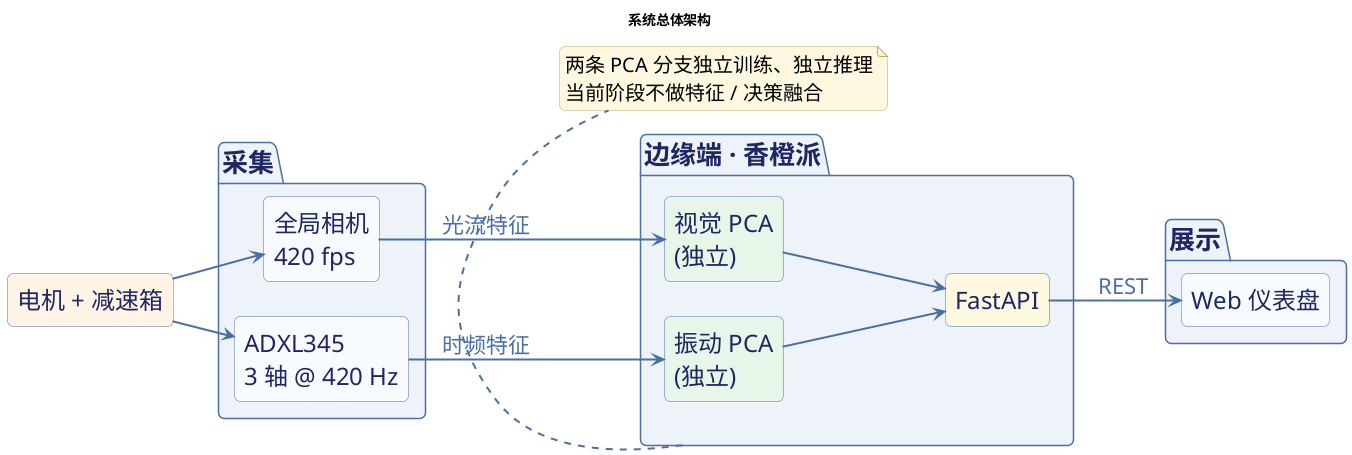
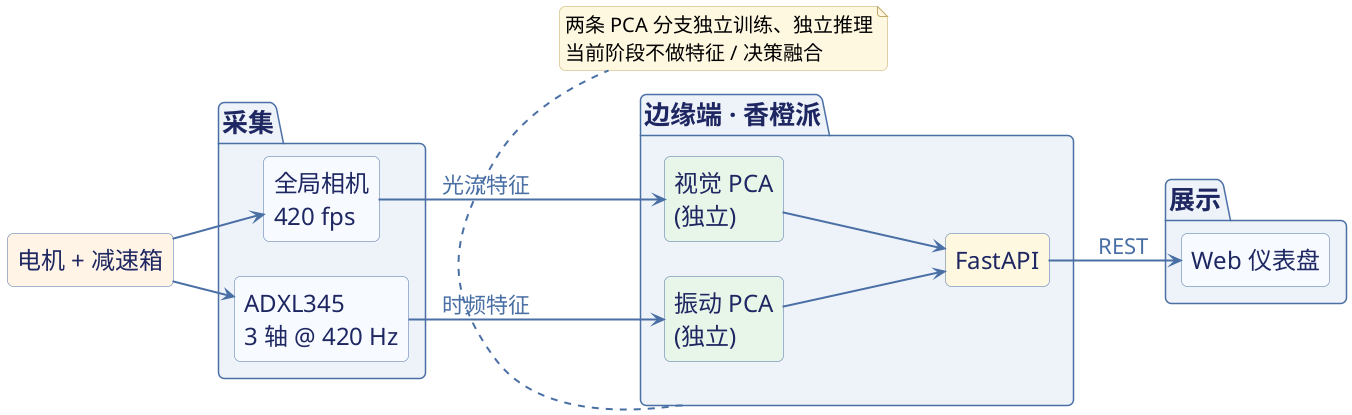
@startuml system-architecture-current
' 中期汇报 - 系统总体架构(当前实际部署)
' 横版,简化文字,字号增大,适合 PPT 整页展示
- title 系统总体架构
+ ' (标题由幻灯片自身提供,puml 内不再渲染 title)

skinparam defaultFontName "Microsoft YaHei"
skinparam defaultFontSize 22
skinparam shadowing false
skinparam roundCorner 12
skinparam ranksep 55
skinparam nodesep 35

skinparam rectangle {
  BackgroundColor #F7FAFF
  BorderColor #4A6FA5
  FontColor #1E2761
  FontSize 24
}
skinparam package {
  BackgroundColor #EEF3FA
  BorderColor #4A6FA5
  FontColor #1E2761
  FontSize 26
  FontStyle bold
}
skinparam note {
  BackgroundColor #FFF8E1
  BorderColor #BFA968
  FontSize 20
}
skinparam arrow {
  Color #4A6FA5
  FontColor #4A6FA5
  Thickness 2
}

left to right direction

rectangle "电机 + 减速箱" as MOTOR #FFF4E6

package "采集" as L1 {
  rectangle "全局相机\n420 fps" as CAM
  rectangle "ADXL345\n3 轴 @ 420 Hz" as IMU
}

package "边缘端 · 香橙派" as L2 {
  rectangle "视觉 PCA\n(独立)" as VPCA #E8F5E9
  rectangle "振动 PCA\n(独立)" as SPCA #E8F5E9
  rectangle "FastAPI" as API #FFF8E1
}

package "展示" as L3 {
  rectangle "Web 仪表盘" as WEB
}

MOTOR --> CAM
MOTOR --> IMU
CAM --> VPCA : 光流特征
IMU --> SPCA : 时频特征
VPCA --> API
SPCA --> API
API --> WEB : REST

note bottom of L2
  两条 PCA 分支独立训练、独立推理
  当前阶段不做特征 / 决策融合
end note

@enduml
